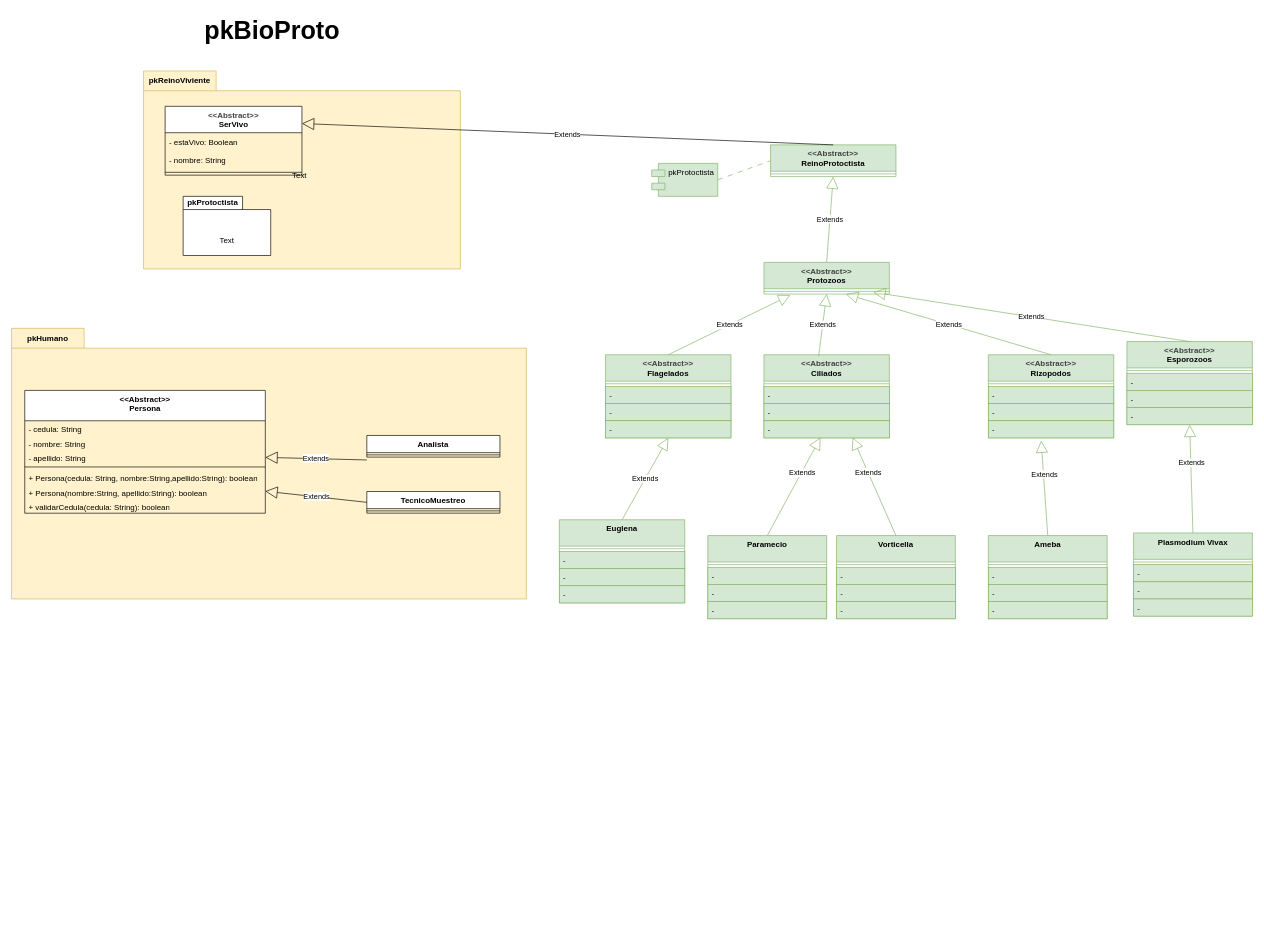
mat264/ReinoProtista_G3 keeps this draw.io diagram as ReinoProtista/design/2ClassDiagrama.drawio. Above is the earlier version. Source tidied: cells renumbered, new cells numbered last; positions are measured from the earlier drawing's top-left corner, leaving out a move shared by most shapes. Both pictures are drawn from the tidied source at 66%, with x=0, y=0 at pixel (11, 11).
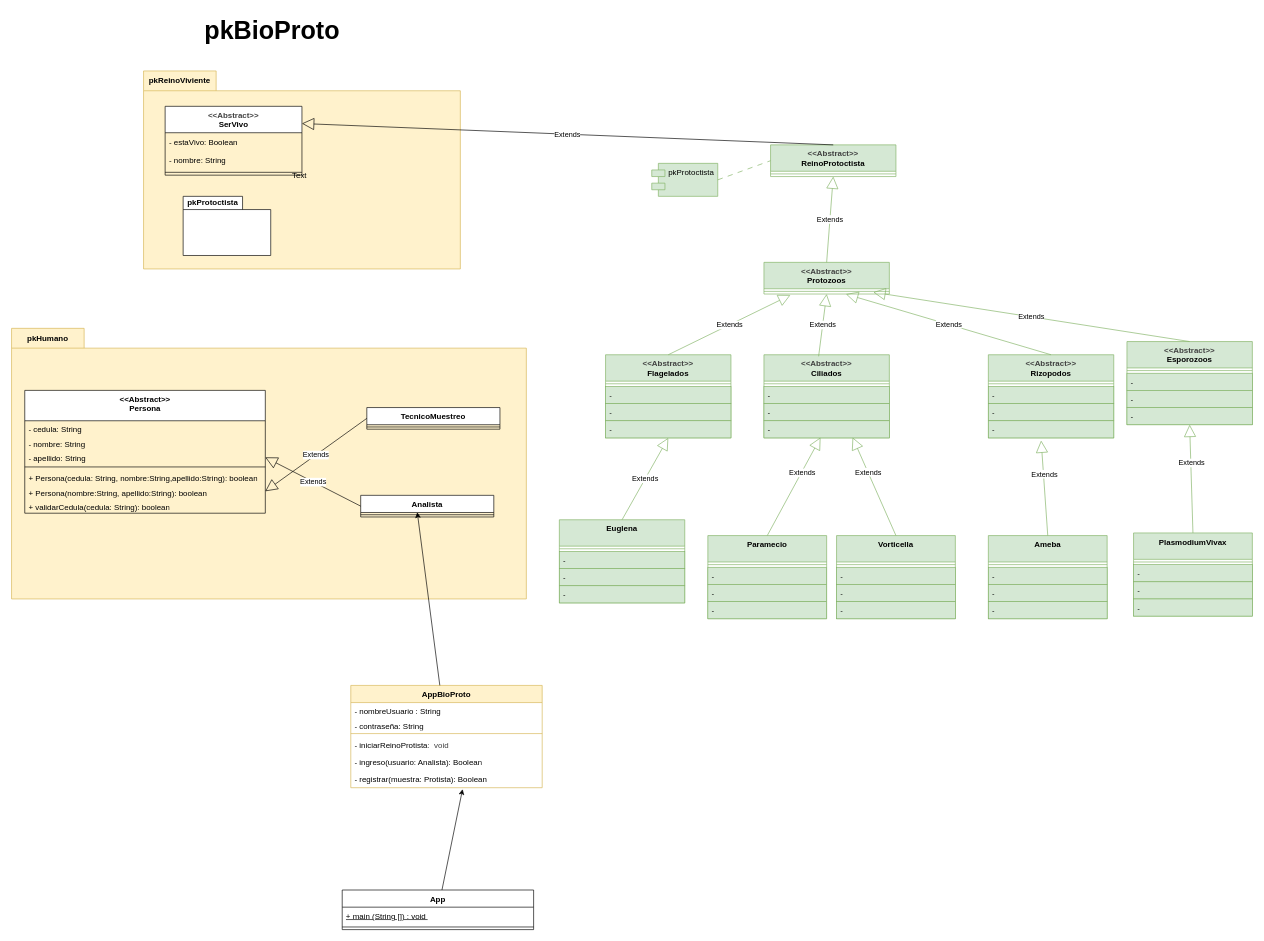
The same page after the edit.

Unchanged cells that the change refers to:
```xml
<mxCell id="9" value="pkProtoctista" style="shape=folder;fontStyle=1;tabWidth=90;tabHeight=20;tabPosition=left;html=1;boundedLbl=1;labelInHeader=1;whiteSpace=wrap;" parent="3" vertex="1">
  <mxGeometry x="60" y="190" width="132.7" height="89.6" as="geometry" />
</mxCell>
<mxCell id="11" value="pkHumano" style="shape=folder;fontStyle=1;tabWidth=110;tabHeight=30;tabPosition=left;html=1;boundedLbl=1;labelInHeader=1;whiteSpace=wrap;fillColor=#fff2cc;strokeColor=#d6b656;" parent="1" vertex="1">
  <mxGeometry y="480" width="780" height="410" as="geometry" />
</mxCell>
<mxCell id="14" style="line;strokeWidth=1;fillColor=none;align=left;verticalAlign=middle;spacingTop=-1;spacingLeft=3;spacingRight=3;labelPosition=right;points=[];portConstraint=eastwest;strokeColor=inherit;" parent="13" vertex="1">
  <mxGeometry y="26" width="201.7" height="6.8" as="geometry" />
</mxCell>
<mxCell id="18" value="- apellido: String" style="text;strokeColor=none;fillColor=none;align=left;verticalAlign=top;spacingLeft=4;spacingRight=4;overflow=hidden;points=[[0,0.5],[1,0.5]];portConstraint=eastwest;whiteSpace=wrap;html=1;" parent="15" vertex="1">
  <mxGeometry y="90.4" width="364.5" height="22.2" as="geometry" />
</mxCell>
```

The edit, as a diff of the source:
```diff
@@
-    <mxCell id="10" value="Text" style="html=1;strokeColor=none;fillColor=none;whiteSpace=wrap;" parent="9" vertex="1">
+    <mxCell id="10" style="html=1;strokeColor=none;fillColor=none;whiteSpace=wrap;" parent="9" vertex="1">
       <mxGeometry width="132.71" height="74.51" relative="1" as="geometry">
         <mxPoint y="30" as="offset" />
       </mxGeometry>
     </mxCell>
@@
     <mxCell id="13" value="Analista" style="swimlane;fontStyle=1;align=center;verticalAlign=top;horizontal=1;startSize=26;whiteSpace=wrap;html=1;" parent="11" vertex="1">
-      <mxGeometry x="538.3" y="162.3" width="201.7" height="32.8" as="geometry" />
+      <mxGeometry x="529" y="253" width="201.7" height="32.8" as="geometry" />
     </mxCell>
@@
-    <mxCell id="23" value="Extends" style="endArrow=block;endSize=16;endFill=0;html=1;entryX=1;entryY=0.5;entryDx=0;entryDy=0;exitX=0;exitY=0.5;exitDx=0;exitDy=0;" parent="11" edge="1" target="18">
-      <mxGeometry relative="1" as="geometry">
-        <mxPoint x="538.3" y="199.4" as="sourcePoint" />
-      </mxGeometry>
+    <mxCell id="23" value="Extends" style="endArrow=block;endSize=16;endFill=0;html=1;entryX=1;entryY=0.5;entryDx=0;entryDy=0;exitX=0;exitY=0.5;exitDx=0;exitDy=0;" parent="11" edge="1" source="13" target="18">
+      <mxGeometry relative="1" as="geometry" />
     </mxCell>
     <mxCell id="24" value="TecnicoMuestreo" style="swimlane;fontStyle=1;align=center;verticalAlign=top;horizontal=1;startSize=26;whiteSpace=wrap;html=1;" parent="11" vertex="1">
-      <mxGeometry x="538.3" y="247.2" width="201.7" height="32.8" as="geometry" />
+      <mxGeometry x="538.3" y="120" width="201.7" height="32.8" as="geometry" />
     </mxCell>
@@
-    <mxCell id="83" value="Plasmodium Vivax" style="swimlane;fontStyle=1;align=center;verticalAlign=top;horizontal=1;startSize=40;whiteSpace=wrap;html=1;fillColor=#d5e8d4;strokeColor=#82b366;" parent="1" vertex="1">
+    <mxCell id="83" value="PlasmodiumVivax" style="swimlane;fontStyle=1;align=center;verticalAlign=top;horizontal=1;startSize=40;whiteSpace=wrap;html=1;fillColor=#d5e8d4;strokeColor=#82b366;" parent="1" vertex="1">
       <mxGeometry x="1700" y="790" width="180" height="126" as="geometry" />
     </mxCell>
@@
+    <mxCell id="89" value="AppBioProto" style="swimlane;fontStyle=1;align=center;verticalAlign=top;horizontal=1;startSize=26;whiteSpace=wrap;html=1;fillColor=#fff2cc;strokeColor=#d6b656;" parent="1" vertex="1">
+      <mxGeometry x="514" y="1021" width="290" height="155" as="geometry" />
+    </mxCell>
+    <mxCell id="90" value="- nombreUsuario : String" style="text;strokeColor=none;fillColor=none;align=left;verticalAlign=top;spacingLeft=4;spacingRight=4;overflow=hidden;whiteSpace=wrap;html=1;" parent="89" vertex="1">
+      <mxGeometry y="26" width="290" height="21.5" as="geometry" />
+    </mxCell>
+    <mxCell id="91" value="- contraseña: String" style="text;strokeColor=none;fillColor=none;align=left;verticalAlign=top;spacingLeft=4;spacingRight=4;overflow=hidden;whiteSpace=wrap;html=1;" parent="89" vertex="1">
+      <mxGeometry y="47.5" width="290" height="21.5" as="geometry" />
+    </mxCell>
+    <mxCell id="92" style="line;strokeWidth=1;fillColor=none;align=left;verticalAlign=middle;spacingTop=-1;spacingLeft=3;spacingRight=3;labelPosition=right;strokeColor=inherit;" parent="89" vertex="1">
+      <mxGeometry y="69" width="290" height="8" as="geometry" />
+    </mxCell>
+    <mxCell id="93" value="- iniciarReinoProtista&lt;span style=&quot;color: rgb(63, 63, 63); background-color: transparent;&quot;&gt;:&amp;nbsp; void&lt;/span&gt;" style="text;strokeColor=none;fillColor=none;align=left;verticalAlign=top;spacingLeft=4;spacingRight=4;overflow=hidden;whiteSpace=wrap;html=1;" parent="89" vertex="1">
+      <mxGeometry y="77" width="290" height="26" as="geometry" />
+    </mxCell>
+    <mxCell id="94" value="- ingreso(usuario: Analista): Boolean" style="text;strokeColor=none;fillColor=none;align=left;verticalAlign=top;spacingLeft=4;spacingRight=4;overflow=hidden;whiteSpace=wrap;html=1;" parent="89" vertex="1">
+      <mxGeometry y="103" width="290" height="26" as="geometry" />
+    </mxCell>
+    <mxCell id="95" value="- registrar(muestra: Protista): Boolean" style="text;strokeColor=none;fillColor=none;align=left;verticalAlign=top;spacingLeft=4;spacingRight=4;overflow=hidden;points=[[0,0.5],[1,0.5]];portConstraint=eastwest;whiteSpace=wrap;html=1;" parent="89" vertex="1">
+      <mxGeometry y="129" width="290" height="26" as="geometry" />
+    </mxCell>
+    <mxCell id="96" style="edgeStyle=none;html=1;entryX=0.425;entryY=-0.049;entryDx=0;entryDy=0;entryPerimeter=0;" parent="1" edge="1" source="89" target="14">
+      <mxGeometry relative="1" as="geometry" />
+    </mxCell>
+    <mxCell id="97" value="App" style="swimlane;fontStyle=1;align=center;verticalAlign=top;horizontal=1;startSize=26;whiteSpace=wrap;html=1;" parent="1" vertex="1">
+      <mxGeometry x="501" y="1331" width="290" height="60" as="geometry" />
+    </mxCell>
+    <mxCell id="98" value="&lt;u&gt;+ main (String&amp;nbsp;[]) : void&amp;nbsp;&lt;/u&gt;" style="text;strokeColor=none;fillColor=none;align=left;verticalAlign=top;spacingLeft=4;spacingRight=4;overflow=hidden;whiteSpace=wrap;html=1;" parent="97" vertex="1">
+      <mxGeometry y="26" width="290" height="26" as="geometry" />
+    </mxCell>
+    <mxCell id="99" style="line;strokeWidth=1;fillColor=none;align=left;verticalAlign=middle;spacingTop=-1;spacingLeft=3;spacingRight=3;labelPosition=right;strokeColor=inherit;" parent="97" vertex="1">
+      <mxGeometry y="52" width="290" height="8" as="geometry" />
+    </mxCell>
+    <mxCell id="100" style="edgeStyle=none;html=1;entryX=0.584;entryY=1.085;entryDx=0;entryDy=0;entryPerimeter=0;" parent="1" edge="1" source="97" target="95">
+      <mxGeometry relative="1" as="geometry" />
+    </mxCell>
```
